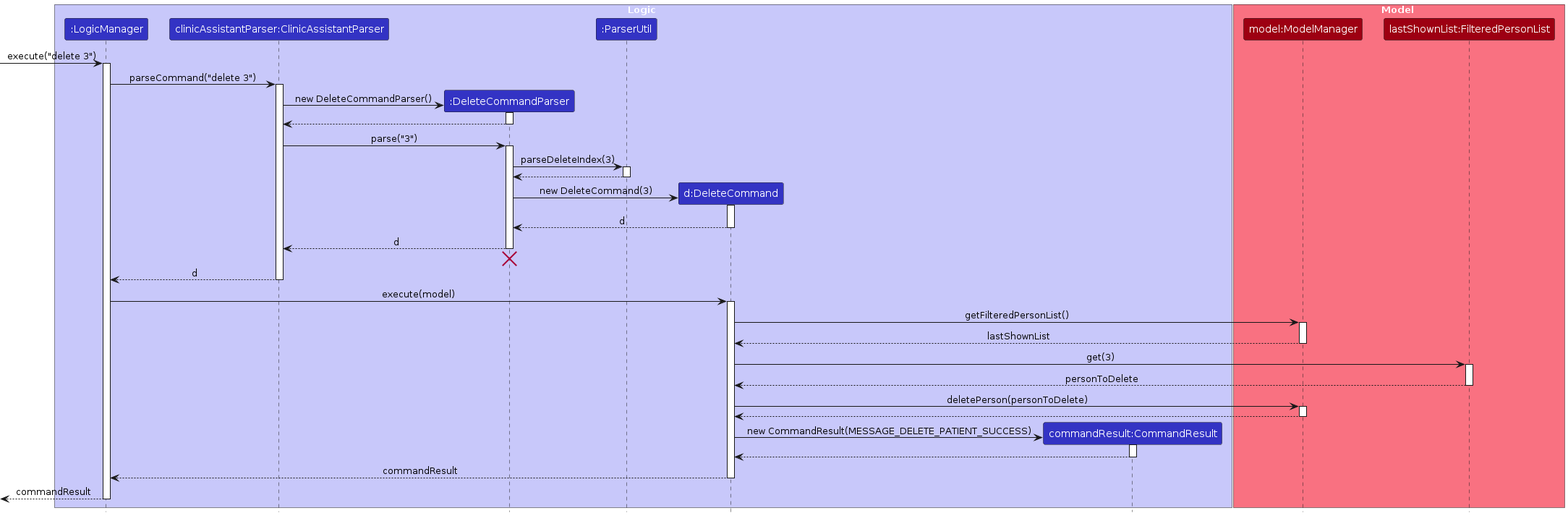
Before: diagrams/DeleteCommandDiagram.png, a diagram exported from PlantUML (AY2324S1-CS2103T-W09-3/tp). Its source is kept beside it as diagrams/DeleteCommandDiagram.puml.
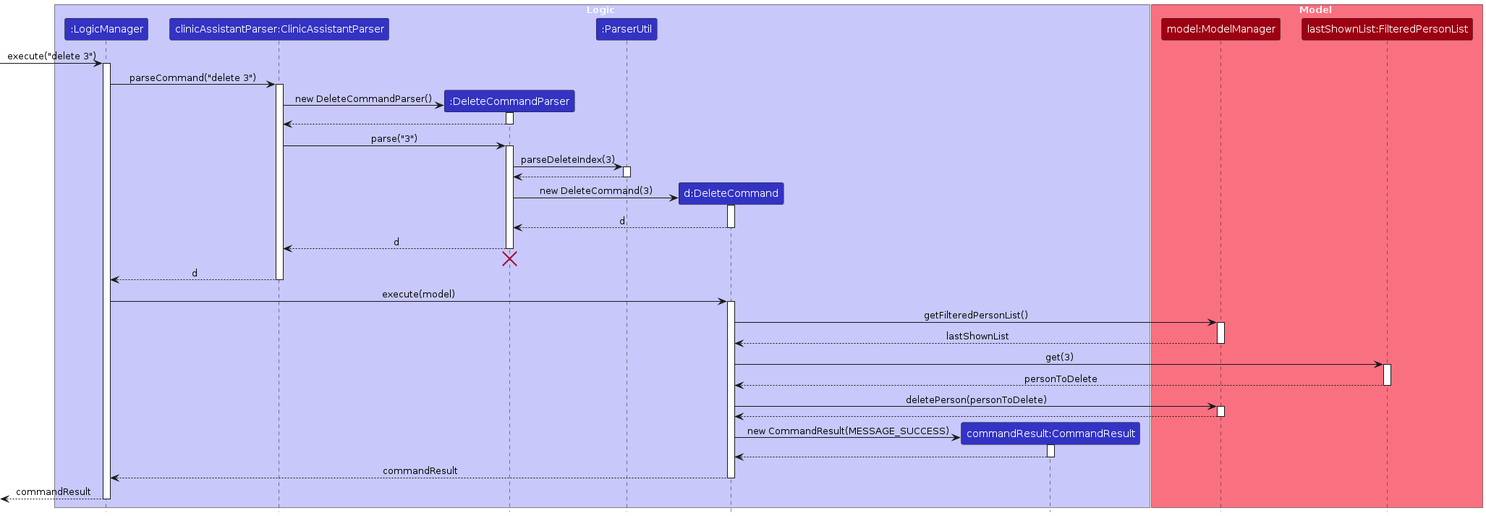
After the commit.

What changed in the source:
```diff
@@ -90,7 +90,7 @@
 deactivate ModelManager
 
 create CommandResult
-DeleteCommand -> CommandResult: new CommandResult(MESSAGE_DELETE_PATIENT_SUCCESS)
+DeleteCommand -> CommandResult: new CommandResult(MESSAGE_SUCCESS)
 activate CommandResult
 
 CommandResult -->  DeleteCommand
```
